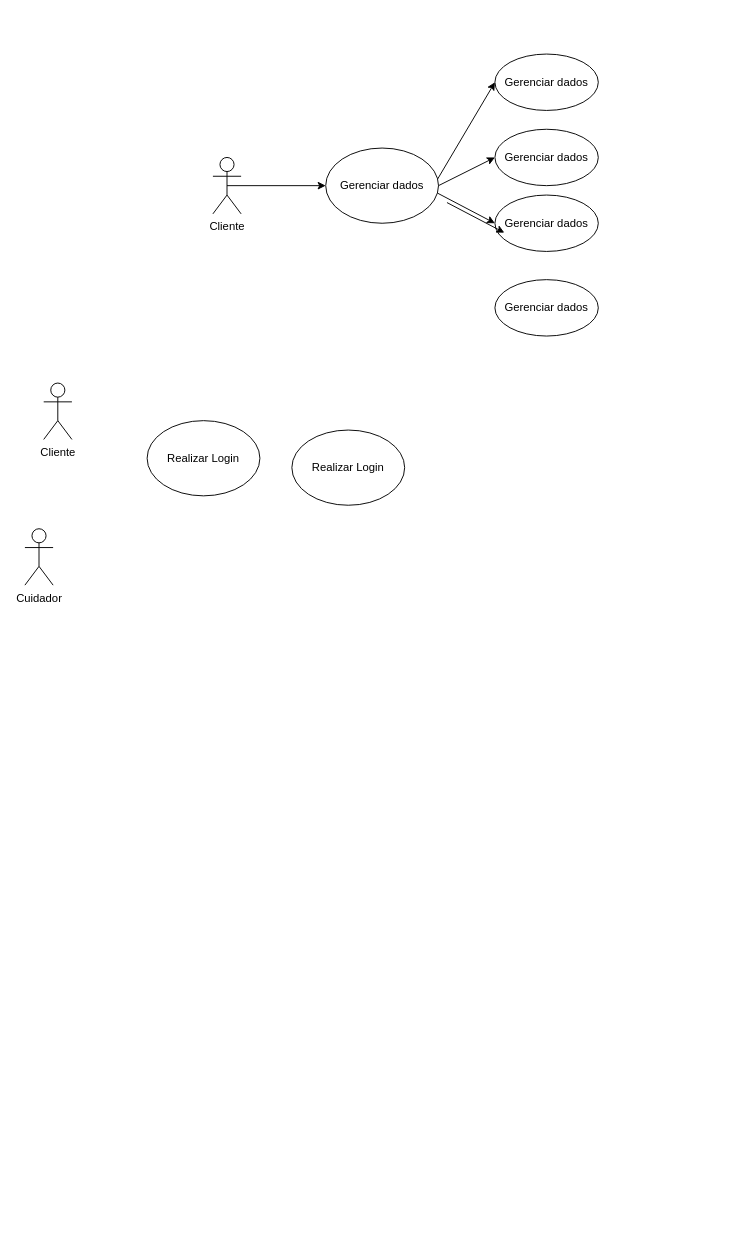
This is Diagrama sem nome.drawio from Thiago163/UML_TCC_casos_de_uso, a draw.io file, before an edit. Source tidied: cells renumbered, new cells numbered last; positions are measured from the earlier drawing's top-left corner, leaving out a move shared by most shapes. Both pictures are drawn from the tidied source at 94%, with x=0, y=0 at pixel (24, 54).
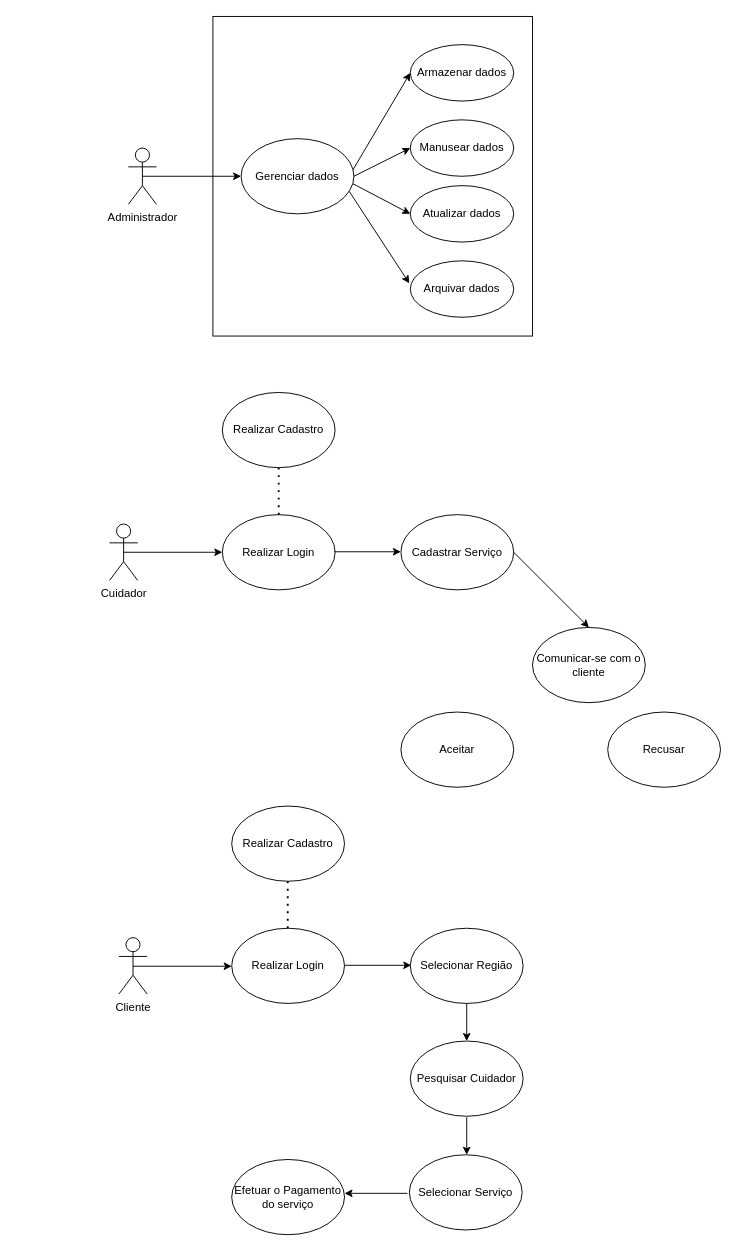
The same page after the edit.

Change to the diagram source:
```diff
@@
+    <mxCell id="17" style="whiteSpace=wrap;html=1;" parent="1" vertex="1">
+      <mxGeometry x="200" y="-40" width="340" height="340" as="geometry" />
+    </mxCell>
     <mxCell id="2" value="Cliente" style="shape=umlActor;verticalLabelPosition=bottom;verticalAlign=top;html=1;" parent="1" vertex="1">
-      <mxGeometry x="20" y="350" width="30" height="60" as="geometry" />
+      <mxGeometry x="100" y="940" width="30" height="60" as="geometry" />
     </mxCell>
     <mxCell id="3" value="Cuidador" style="shape=umlActor;verticalLabelPosition=bottom;verticalAlign=top;html=1;outlineConnect=0;" parent="1" vertex="1">
-      <mxGeometry y="505" width="30" height="60" as="geometry" />
+      <mxGeometry x="90" y="500" width="30" height="60" as="geometry" />
     </mxCell>
     <mxCell id="4" value="Realizar Login" style="ellipse;whiteSpace=wrap;html=1;" parent="1" vertex="1">
-      <mxGeometry x="130" y="390" width="120" height="80" as="geometry" />
+      <mxGeometry x="210" y="490" width="120" height="80" as="geometry" />
     </mxCell>
-    <mxCell id="5" value="Realizar Login" style="ellipse;whiteSpace=wrap;html=1;" parent="1" vertex="1">
-      <mxGeometry x="284" y="400" width="120" height="80" as="geometry" />
-    </mxCell>
-    <mxCell id="6" value="Cliente" style="shape=umlActor;verticalLabelPosition=bottom;verticalAlign=top;html=1;outlineConnect=0;" parent="1" vertex="1">
-      <mxGeometry x="200" y="110" width="30" height="60" as="geometry" />
+    <mxCell id="6" value="Administrador" style="shape=umlActor;verticalLabelPosition=bottom;verticalAlign=top;html=1;outlineConnect=0;" parent="1" vertex="1">
+      <mxGeometry x="110" y="100" width="30" height="60" as="geometry" />
     </mxCell>
     <mxCell id="7" value="Gerenciar dados" style="ellipse;whiteSpace=wrap;html=1;" parent="1" vertex="1">
-      <mxGeometry x="320" y="100" width="120" height="80" as="geometry" />
+      <mxGeometry x="230" y="90" width="120" height="80" as="geometry" />
     </mxCell>
-    <mxCell id="8" value="Gerenciar dados" style="ellipse;whiteSpace=wrap;html=1;" parent="1" vertex="1">
-      <mxGeometry x="500" width="110" height="60" as="geometry" />
+    <mxCell id="8" value="Armazenar dados" style="ellipse;whiteSpace=wrap;html=1;" parent="1" vertex="1">
+      <mxGeometry x="410" y="-10" width="110" height="60" as="geometry" />
     </mxCell>
-    <mxCell id="9" value="Gerenciar dados" style="ellipse;whiteSpace=wrap;html=1;" parent="1" vertex="1">
-      <mxGeometry x="500" y="80" width="110" height="60" as="geometry" />
+    <mxCell id="9" value="Manusear dados" style="ellipse;whiteSpace=wrap;html=1;" parent="1" vertex="1">
+      <mxGeometry x="410" y="70" width="110" height="60" as="geometry" />
     </mxCell>
-    <mxCell id="10" value="Gerenciar dados" style="ellipse;whiteSpace=wrap;html=1;" parent="1" vertex="1">
-      <mxGeometry x="500" y="150" width="110" height="60" as="geometry" />
+    <mxCell id="10" value="Atualizar dados" style="ellipse;whiteSpace=wrap;html=1;" parent="1" vertex="1">
+      <mxGeometry x="410" y="140" width="110" height="60" as="geometry" />
     </mxCell>
-    <mxCell id="11" value="Gerenciar dados" style="ellipse;whiteSpace=wrap;html=1;" parent="1" vertex="1">
-      <mxGeometry x="500" y="240" width="110" height="60" as="geometry" />
+    <mxCell id="11" value="Arquivar dados" style="ellipse;whiteSpace=wrap;html=1;" parent="1" vertex="1">
+      <mxGeometry x="410" y="220" width="110" height="60" as="geometry" />
     </mxCell>
@@
-    <mxCell id="16" style="endArrow=classic;html=1;rounded=0;exitX=0.992;exitY=0.6;exitDx=0;exitDy=0;entryX=0;entryY=0.5;entryDx=0;entryDy=0;exitPerimeter=0;" parent="1" edge="1">
-      <mxGeometry relative="1" as="geometry">
-        <mxPoint x="449" y="158" as="sourcePoint" />
-        <mxPoint x="510" y="190" as="targetPoint" />
-      </mxGeometry>
+    <mxCell id="16" style="endArrow=classic;html=1;rounded=0;entryX=-0.009;entryY=0.4;entryDx=0;entryDy=0;entryPerimeter=0;exitX=0.958;exitY=0.7;exitDx=0;exitDy=0;exitPerimeter=0;" parent="1" edge="1" source="7" target="11">
+      <mxGeometry relative="1" as="geometry" />
     </mxCell>
+    <mxCell id="18" style="endArrow=classic;html=1;rounded=0;entryX=0;entryY=0.5;entryDx=0;entryDy=0;exitX=0.5;exitY=0.5;exitDx=0;exitDy=0;exitPerimeter=0;" parent="1" edge="1" source="3" target="4">
+      <mxGeometry relative="1" as="geometry" />
+    </mxCell>
+    <mxCell id="19" value="Realizar Cadastro" style="ellipse;whiteSpace=wrap;html=1;" parent="1" vertex="1">
+      <mxGeometry x="210" y="360" width="120" height="80" as="geometry" />
+    </mxCell>
+    <mxCell id="20" style="endArrow=none;dashed=1;html=1;dashPattern=1 3;strokeWidth=2;rounded=0;exitX=0.5;exitY=0;exitDx=0;exitDy=0;entryX=0.5;entryY=1;entryDx=0;entryDy=0;" parent="1" edge="1" source="4" target="19">
+      <mxGeometry relative="1" as="geometry" />
+    </mxCell>
+    <mxCell id="5" value="Cadastrar Serviço" style="ellipse;whiteSpace=wrap;html=1;" parent="1" vertex="1">
+      <mxGeometry x="400" y="490" width="120" height="80" as="geometry" />
+    </mxCell>
+    <mxCell id="21" style="endArrow=classic;html=1;rounded=0;exitX=0.5;exitY=0.5;exitDx=0;exitDy=0;exitPerimeter=0;" parent="1" edge="1">
+      <mxGeometry relative="1" as="geometry">
+        <mxPoint x="329" y="529.5" as="sourcePoint" />
+        <mxPoint x="400" y="529.5" as="targetPoint" />
+      </mxGeometry>
+    </mxCell>
+    <mxCell id="22" style="endArrow=classic;html=1;rounded=0;entryX=0;entryY=0.5;entryDx=0;entryDy=0;exitX=0.5;exitY=0.5;exitDx=0;exitDy=0;exitPerimeter=0;" parent="1" edge="1">
+      <mxGeometry relative="1" as="geometry">
+        <mxPoint x="115" y="970.4" as="sourcePoint" />
+        <mxPoint x="220" y="970.4" as="targetPoint" />
+      </mxGeometry>
+    </mxCell>
+    <mxCell id="23" value="Realizar Login" style="ellipse;whiteSpace=wrap;html=1;" parent="1" vertex="1">
+      <mxGeometry x="220" y="930" width="120" height="80" as="geometry" />
+    </mxCell>
+    <mxCell id="24" style="endArrow=none;dashed=1;html=1;dashPattern=1 3;strokeWidth=2;rounded=0;exitX=0.5;exitY=0;exitDx=0;exitDy=0;entryX=0.5;entryY=1;entryDx=0;entryDy=0;" parent="1" edge="1">
+      <mxGeometry relative="1" as="geometry">
+        <mxPoint x="279.6" y="930" as="sourcePoint" />
+        <mxPoint x="279.6" y="880" as="targetPoint" />
+      </mxGeometry>
+    </mxCell>
+    <mxCell id="25" value="Realizar Cadastro" style="ellipse;whiteSpace=wrap;html=1;" parent="1" vertex="1">
+      <mxGeometry x="220" y="800" width="120" height="80" as="geometry" />
+    </mxCell>
+    <mxCell id="26" style="endArrow=classic;html=1;rounded=0;exitX=0.5;exitY=0.5;exitDx=0;exitDy=0;exitPerimeter=0;" parent="1" edge="1">
+      <mxGeometry relative="1" as="geometry">
+        <mxPoint x="340" y="969.4" as="sourcePoint" />
+        <mxPoint x="411" y="969.4" as="targetPoint" />
+      </mxGeometry>
+    </mxCell>
+    <mxCell id="27" value="Selecionar Serviço" style="ellipse;whiteSpace=wrap;html=1;" parent="1" vertex="1">
+      <mxGeometry x="409" y="1171" width="120" height="80" as="geometry" />
+    </mxCell>
+    <mxCell id="28" style="endArrow=classic;html=1;rounded=0;entryX=1;entryY=0.5;entryDx=0;entryDy=0;" parent="1" edge="1">
+      <mxGeometry relative="1" as="geometry">
+        <mxPoint x="407" y="1212" as="sourcePoint" />
+        <mxPoint x="340" y="1212" as="targetPoint" />
+      </mxGeometry>
+    </mxCell>
+    <mxCell id="29" value="Efetuar o Pagamento do serviço" style="ellipse;whiteSpace=wrap;html=1;" parent="1" vertex="1">
+      <mxGeometry x="220" y="1176" width="120" height="80" as="geometry" />
+    </mxCell>
+    <mxCell id="30" value="Selecionar Região" style="ellipse;whiteSpace=wrap;html=1;" parent="1" vertex="1">
+      <mxGeometry x="410" y="930" width="120" height="80" as="geometry" />
+    </mxCell>
+    <mxCell id="31" style="endArrow=classic;html=1;rounded=0;exitX=0.5;exitY=1;exitDx=0;exitDy=0;entryX=0.5;entryY=0;entryDx=0;entryDy=0;" parent="1" edge="1" source="30" target="32">
+      <mxGeometry relative="1" as="geometry" />
+    </mxCell>
+    <mxCell id="32" value="Pesquisar Cuidador" style="ellipse;whiteSpace=wrap;html=1;" parent="1" vertex="1">
+      <mxGeometry x="410" y="1050" width="120" height="80" as="geometry" />
+    </mxCell>
+    <mxCell id="33" style="endArrow=classic;html=1;rounded=0;exitX=0.5;exitY=1;exitDx=0;exitDy=0;entryX=0.5;entryY=0;entryDx=0;entryDy=0;" parent="1" edge="1">
+      <mxGeometry relative="1" as="geometry">
+        <mxPoint x="470" y="1131" as="sourcePoint" />
+        <mxPoint x="470" y="1171" as="targetPoint" />
+      </mxGeometry>
+    </mxCell>
+    <mxCell id="34" value="Comunicar-se com o cliente" style="ellipse;whiteSpace=wrap;html=1;" parent="1" vertex="1">
+      <mxGeometry x="540" y="610" width="120" height="80" as="geometry" />
+    </mxCell>
+    <mxCell id="35" style="endArrow=classic;html=1;rounded=0;exitX=1;exitY=0.5;exitDx=0;exitDy=0;entryX=0.5;entryY=0;entryDx=0;entryDy=0;" parent="1" edge="1" source="5" target="34">
+      <mxGeometry relative="1" as="geometry" />
+    </mxCell>
+    <mxCell id="36" value="Aceitar" style="ellipse;whiteSpace=wrap;html=1;" parent="1" vertex="1">
+      <mxGeometry x="400" y="700" width="120" height="80" as="geometry" />
+    </mxCell>
+    <mxCell id="37" value="Recusar" style="ellipse;whiteSpace=wrap;html=1;" parent="1" vertex="1">
+      <mxGeometry x="620" y="700" width="120" height="80" as="geometry" />
+    </mxCell>
```
